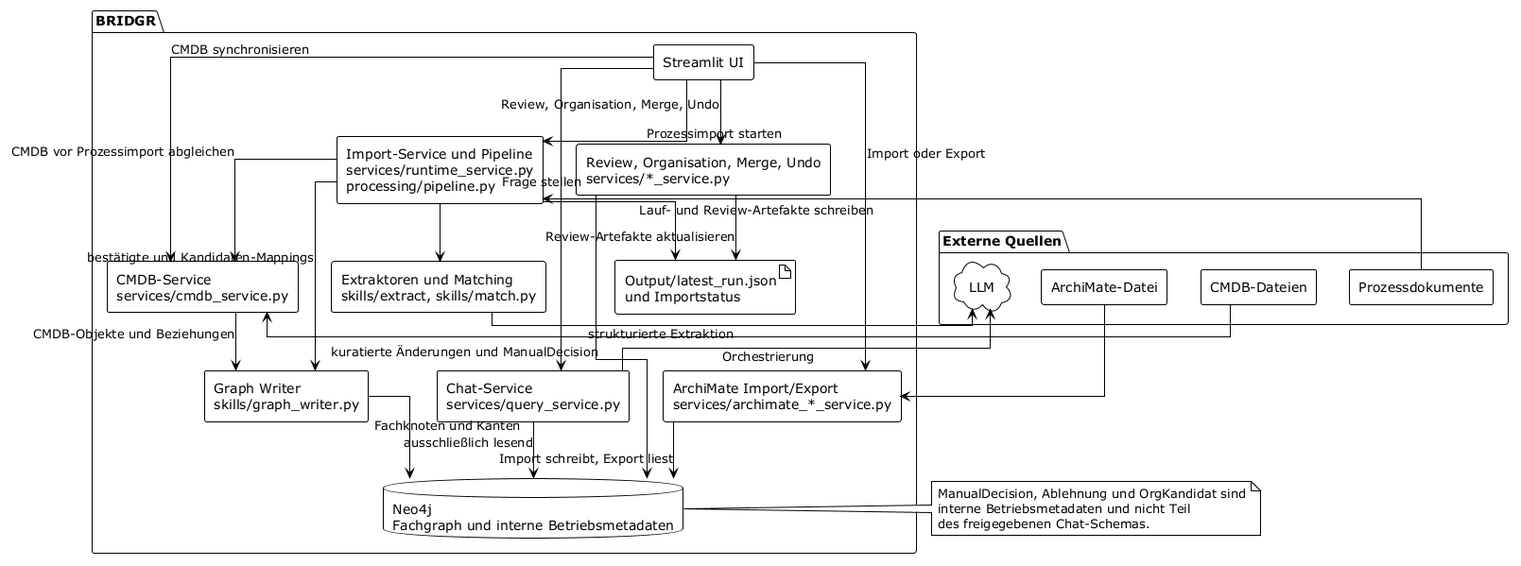
max-dingsda/BRIDGR keeps this PlantUML diagram as Specs/BRIDGR_Komponentendiagramm.png. Above is the earlier version.
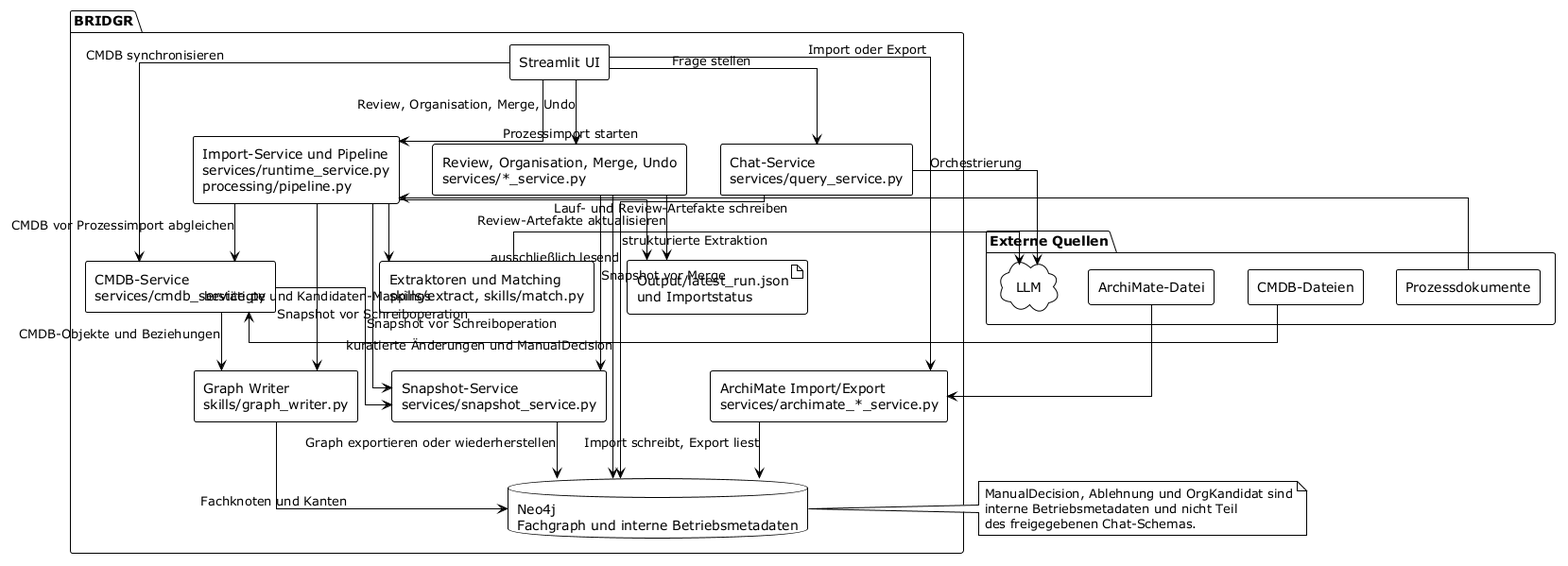
The same diagram one commit later.

Change to the diagram source:
```diff
@@ -17,6 +17,7 @@
   component "Extraktoren und Matching\nskills/extract, skills/match.py" as Extract
   component "Graph Writer\nskills/graph_writer.py" as Writer
   component "Review, Organisation, Merge, Undo\nservices/*_service.py" as Curation
+  component "Snapshot-Service\nservices/snapshot_service.py" as Snapshot
   component "Chat-Service\nservices/query_service.py" as Query
   component "ArchiMate Import/Export\nservices/archimate_*_service.py" as ArchiMate
   database "Neo4j\nFachgraph und interne Betriebsmetadaten" as Neo4j
@@ -34,10 +35,14 @@
 Import --> Extract
 Extract --> LLM : strukturierte Extraktion
 Import --> Cmdb : CMDB vor Prozessimport abgleichen
+Import --> Snapshot : Snapshot vor Schreiboperation
 Import --> Writer : bestätigte und Kandidaten-Mappings
+Cmdb --> Snapshot : Snapshot vor Schreiboperation
 Cmdb --> Writer : CMDB-Objekte und Beziehungen
 Writer --> Neo4j : Fachknoten und Kanten
 Curation --> Neo4j : kuratierte Änderungen und ManualDecision
+Curation --> Snapshot : Snapshot vor Merge
+Snapshot --> Neo4j : Graph exportieren oder wiederherstellen
 Curation --> RunArtifacts : Review-Artefakte aktualisieren
 Import --> RunArtifacts : Lauf- und Review-Artefakte schreiben
 Query --> LLM : Orchestrierung
```
